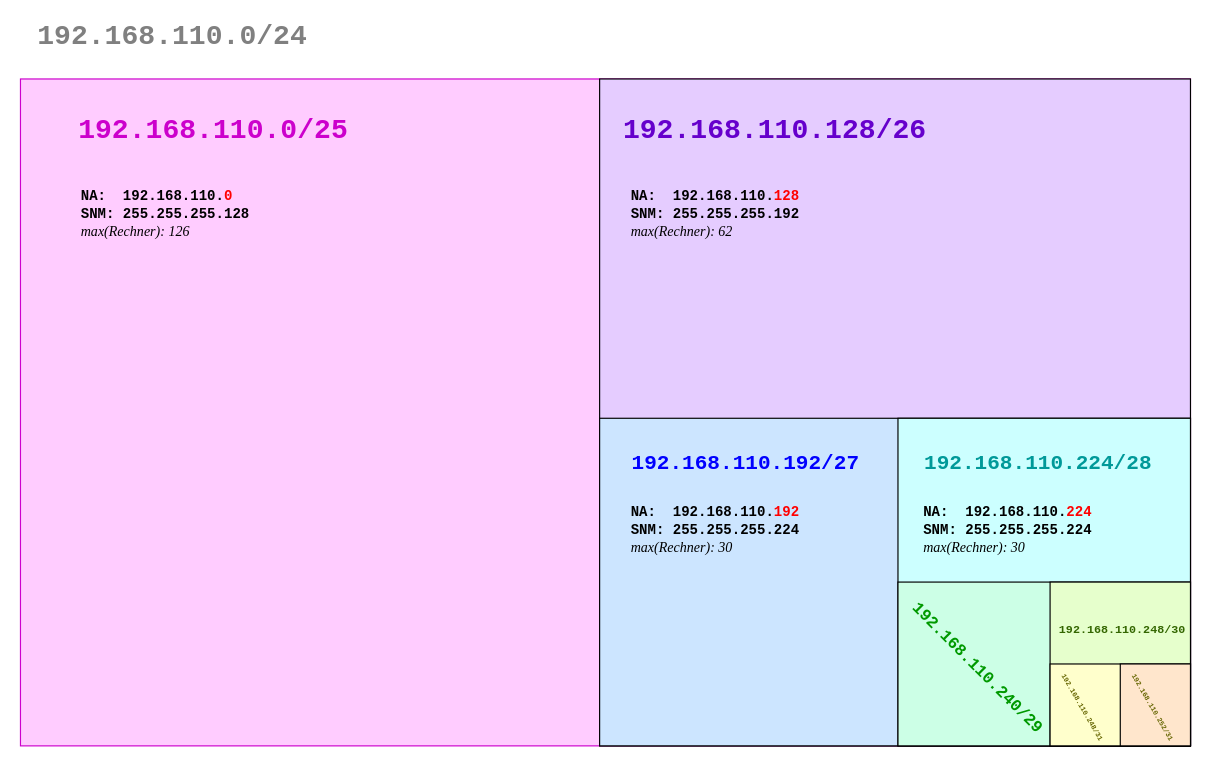
pro-tirone-computatri/protico.ltx keeps this draw.io diagram as sources/img.gl/ipv4-segmentation-splitting.drawio. Above is the earlier version. Source tidied: cells renumbered, new cells numbered last; positions are measured from the earlier drawing's top-left corner, leaving out a move shared by most shapes. Both pictures are drawn from the tidied source at 117%, with x=0, y=0 at pixel (20, 20).
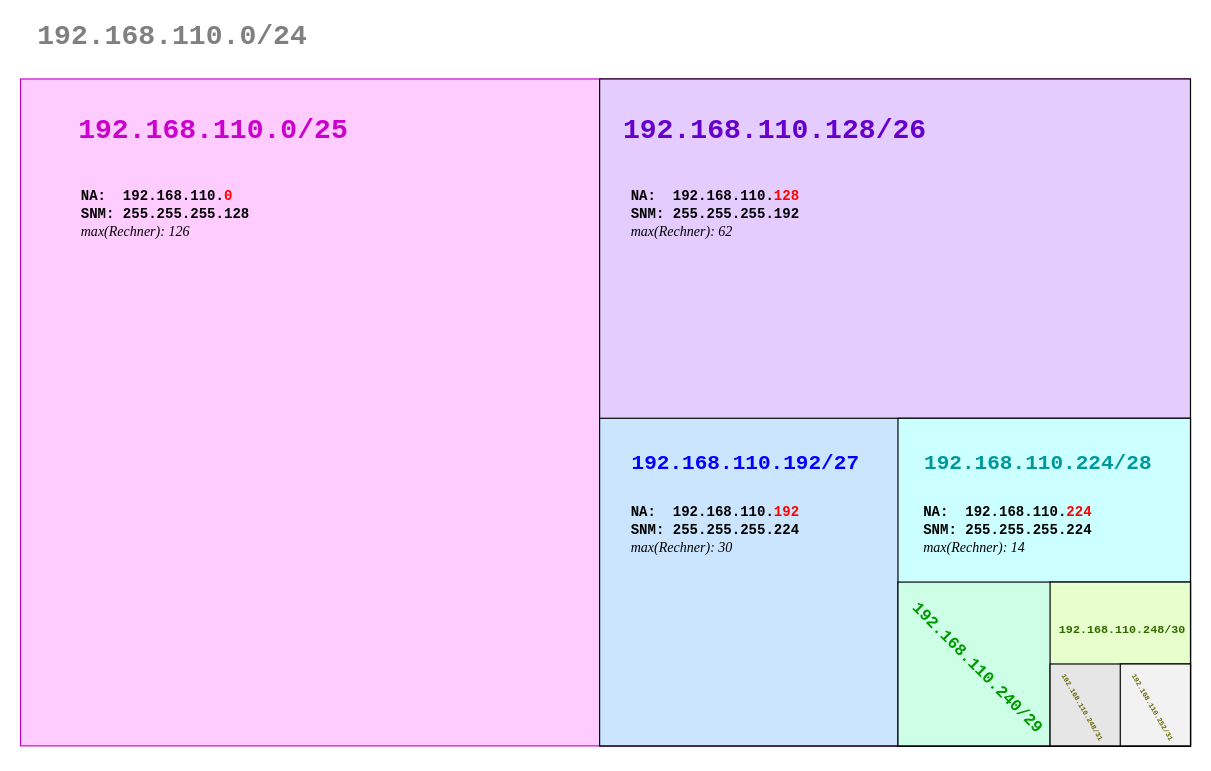
Above is the later version.

Commit message (it also covers changes not shown here):
fix segmentation typos

Diff of the diagram source:
```diff
@@
-    <mxCell id="17" style="rounded=0;whiteSpace=wrap;html=1;fillColor=#FFFFCC;" parent="1" vertex="1">
+    <mxCell id="17" style="rounded=0;whiteSpace=wrap;html=1;fillColor=#E6E6E6;" parent="1" vertex="1">
       <mxGeometry x="880" y="550" width="120" height="70" as="geometry" />
     </mxCell>
@@
-    <mxCell id="20" style="rounded=0;whiteSpace=wrap;html=1;fillColor=#FFE6CC;" parent="1" vertex="1">
+    <mxCell id="20" style="rounded=0;whiteSpace=wrap;html=1;fillColor=#F2F2F2;" parent="1" vertex="1">
       <mxGeometry x="940" y="550" width="60" height="70" as="geometry" />
     </mxCell>
@@
-    <mxCell id="22" value="&lt;div style=&quot;&quot;&gt;&lt;b style=&quot;font-family: &amp;quot;Courier New&amp;quot;; background-color: transparent; color: light-dark(rgb(0, 0, 0), rgb(255, 255, 255));&quot;&gt;NA:&amp;nbsp; 192.168.110.&lt;/b&gt;&lt;b style=&quot;font-family: &amp;quot;Courier New&amp;quot;; background-color: transparent;&quot;&gt;&lt;font style=&quot;color: light-dark(rgb(255, 0, 0), rgb(255, 255, 255));&quot;&gt;224&lt;/font&gt;&lt;/b&gt;&lt;/div&gt;&lt;div&gt;&lt;font face=&quot;Courier New&quot;&gt;&lt;b&gt;SNM: 255.255.255.224&lt;/b&gt;&lt;/font&gt;&lt;/div&gt;&lt;div&gt;&lt;i style=&quot;&quot;&gt;&lt;font style=&quot;&quot; face=&quot;Garamond&quot;&gt;max(Rechner): 30&lt;/font&gt;&lt;/i&gt;&lt;/div&gt;" style="text;html=1;align=left;verticalAlign=middle;whiteSpace=wrap;rounded=0;" parent="1" vertex="1">
+    <mxCell id="22" value="&lt;div style=&quot;&quot;&gt;&lt;b style=&quot;font-family: &amp;quot;Courier New&amp;quot;; background-color: transparent; color: light-dark(rgb(0, 0, 0), rgb(255, 255, 255));&quot;&gt;NA:&amp;nbsp; 192.168.110.&lt;/b&gt;&lt;b style=&quot;font-family: &amp;quot;Courier New&amp;quot;; background-color: transparent;&quot;&gt;&lt;font style=&quot;color: light-dark(rgb(255, 0, 0), rgb(255, 255, 255));&quot;&gt;224&lt;/font&gt;&lt;/b&gt;&lt;/div&gt;&lt;div&gt;&lt;font face=&quot;Courier New&quot;&gt;&lt;b&gt;SNM: 255.255.255.224&lt;/b&gt;&lt;/font&gt;&lt;/div&gt;&lt;div&gt;&lt;i style=&quot;&quot;&gt;&lt;font style=&quot;&quot; face=&quot;Garamond&quot;&gt;max(Rechner): 14&lt;/font&gt;&lt;/i&gt;&lt;/div&gt;" style="text;html=1;align=left;verticalAlign=middle;whiteSpace=wrap;rounded=0;" parent="1" vertex="1">
       <mxGeometry x="770" y="410" width="160" height="50" as="geometry" />
     </mxCell>
```
